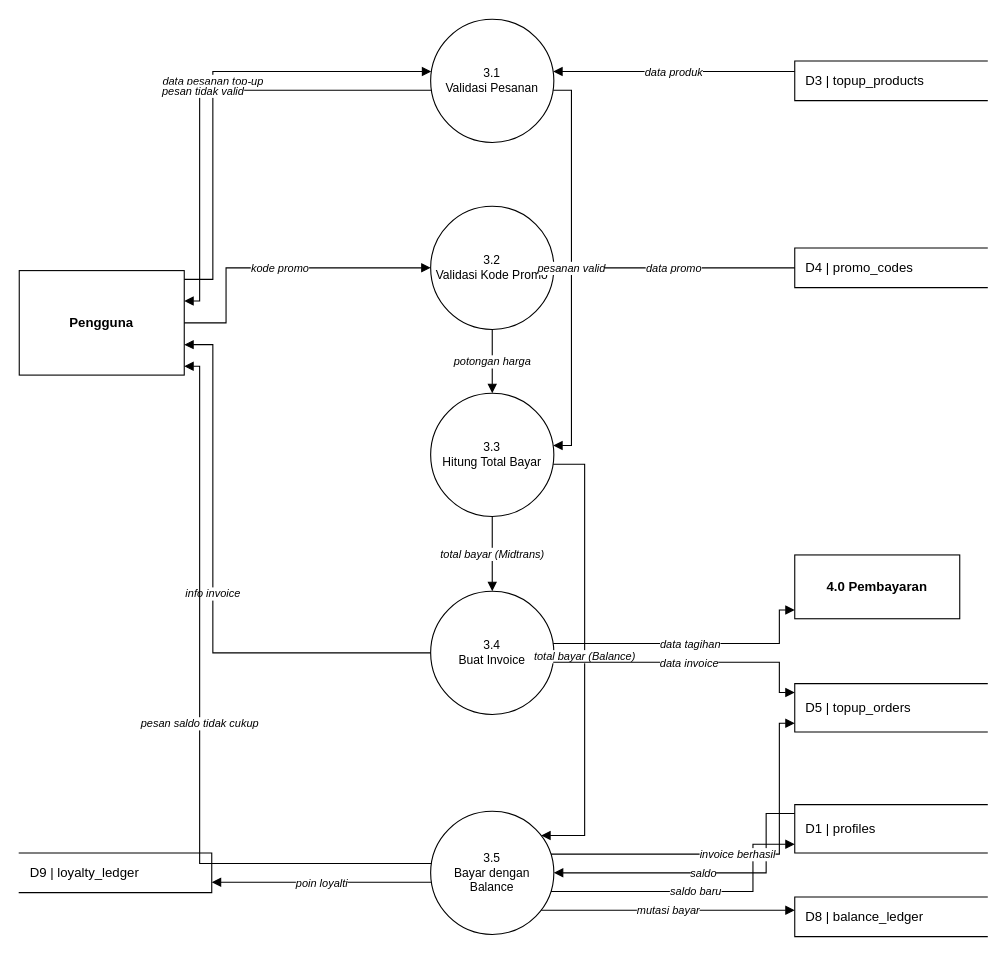
Before: page "FDFDLevel1(ProsesTransaksiTopUp)" (4 of 6) of docs/skpl/dfd/DFD valostock.drawio in balaqiang/valostock, a draw.io diagram. Source tidied: cells renumbered, new cells numbered last; positions are measured from the earlier drawing's top-left corner, leaving out a move shared by most shapes. Both pictures are drawn from the tidied source at 110%, with x=0, y=0 at pixel (19, 19).
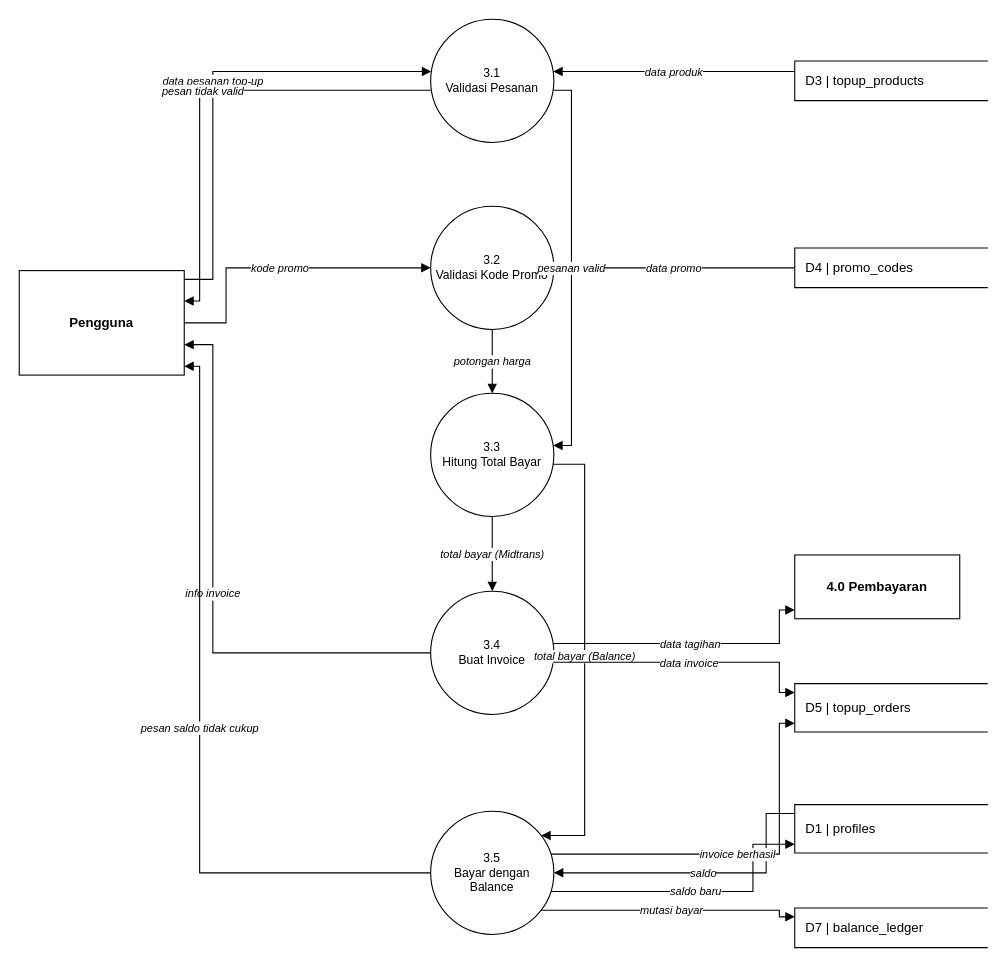
The same diagram, later.

Change to the diagram source:
```diff
@@
-    <mxCell id="13" value="D8  |  balance_ledger" style="shape=partialRectangle;whiteSpace=wrap;html=1;left=1;right=0;top=1;bottom=1;fillColor=none;align=left;spacingLeft=8;" parent="1" vertex="1">
-      <mxGeometry x="705" y="798" width="175" height="36" as="geometry" />
-    </mxCell>
-    <mxCell id="14" value="D9  |  loyalty_ledger" style="shape=partialRectangle;whiteSpace=wrap;html=1;left=0;right=1;top=1;bottom=1;fillColor=none;align=left;spacingLeft=8;" parent="1" vertex="1">
-      <mxGeometry y="758" width="175" height="36" as="geometry" />
-    </mxCell>
+    <mxCell id="33" value="D7  |  balance_ledger" style="shape=partialRectangle;whiteSpace=wrap;html=1;left=1;right=0;top=1;bottom=1;fillColor=none;align=left;spacingLeft=8;" parent="1" vertex="1">
+      <mxGeometry x="705" y="808" width="175" height="36" as="geometry" />
+    </mxCell>
@@
     <mxCell id="29" value="mutasi bayar" style="edgeStyle=none;endArrow=block;endFill=1;html=1;rounded=0;fontSize=10;fontStyle=2;labelBackgroundColor=#ffffff;" parent="1" edge="1">
       <mxGeometry relative="1" as="geometry">
         <mxPoint x="474.5" y="810" as="sourcePoint" />
-        <mxPoint x="705" y="810" as="targetPoint" />
+        <mxPoint x="705" y="816" as="targetPoint" />
+        <Array as="points">
+          <mxPoint x="691" y="810" />
+          <mxPoint x="691" y="816" />
+        </Array>
       </mxGeometry>
     </mxCell>
@@
-    <mxCell id="31" value="poin loyalti" style="edgeStyle=none;endArrow=block;endFill=1;html=1;rounded=0;fontSize=10;fontStyle=2;labelBackgroundColor=#ffffff;" parent="1" edge="1">
+    <mxCell id="31" value="pesan saldo tidak cukup" style="edgeStyle=none;endArrow=block;endFill=1;html=1;rounded=0;fontSize=10;fontStyle=2;labelBackgroundColor=#ffffff;" parent="1" edge="1">
       <mxGeometry relative="1" as="geometry">
-        <mxPoint x="374.6" y="784.5" as="sourcePoint" />
-        <mxPoint x="175" y="784.5" as="targetPoint" />
+        <mxPoint x="374" y="776" as="sourcePoint" />
+        <mxPoint x="150" y="315.5" as="targetPoint" />
+        <Array as="points">
+          <mxPoint x="164" y="776" />
+          <mxPoint x="164" y="315.5" />
+        </Array>
       </mxGeometry>
     </mxCell>
-    <mxCell id="32" value="pesan saldo tidak cukup" style="edgeStyle=none;endArrow=block;endFill=1;html=1;rounded=0;fontSize=10;fontStyle=2;labelBackgroundColor=#ffffff;" parent="1" edge="1">
-      <mxGeometry relative="1" as="geometry">
-        <mxPoint x="374.6" y="767.5" as="sourcePoint" />
-        <mxPoint x="150" y="315.5" as="targetPoint" />
-        <Array as="points">
-          <mxPoint x="164" y="767.5" />
-          <mxPoint x="164" y="315.5" />
-        </Array>
-      </mxGeometry>
-    </mxCell>
```
